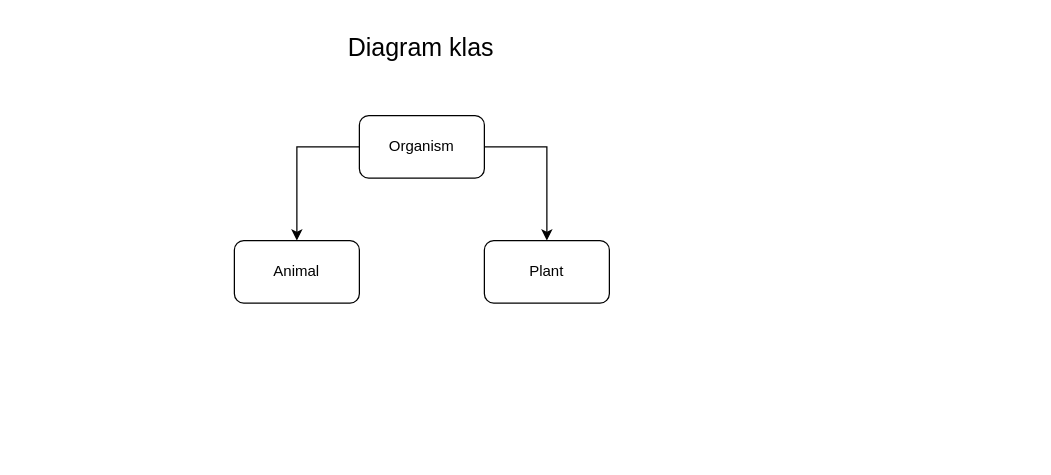
Earlier version of the draw.io diagram diagram_klas.drawio (Roncik/CPP_World). Source tidied: cells renumbered, new cells numbered last; positions are measured from the earlier drawing's top-left corner, leaving out a move shared by most shapes. Both pictures are drawn from the tidied source at 125%, with x=0, y=0 at pixel (234, 21).
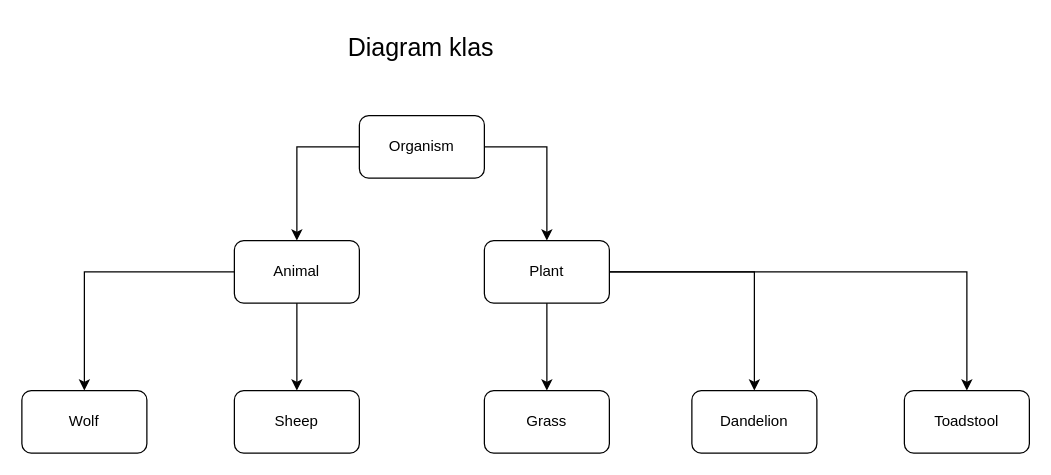
After the change.

Commit message (it also covers changes not shown here):
zaktualizowalem diagram klas

The change refers to these unchanged cells:
```xml
<mxCell id="4" value="Animal" style="rounded=1;whiteSpace=wrap;html=1;" parent="1" vertex="1">
  <mxGeometry y="175" width="100" height="50" as="geometry" />
</mxCell>
<mxCell id="5" value="Plant" style="rounded=1;whiteSpace=wrap;html=1;" parent="1" vertex="1">
  <mxGeometry x="200" y="175" width="100" height="50" as="geometry" />
</mxCell>
```

Change to the diagram source:
```diff
@@
+    <mxCell id="8" value="Grass" style="rounded=1;whiteSpace=wrap;html=1;" parent="1" vertex="1">
+      <mxGeometry x="200" y="295" width="100" height="50" as="geometry" />
+    </mxCell>
+    <mxCell id="9" value="Dandelion" style="rounded=1;whiteSpace=wrap;html=1;" parent="1" vertex="1">
+      <mxGeometry x="366" y="295" width="100" height="50" as="geometry" />
+    </mxCell>
+    <mxCell id="10" value="Toadstool" style="rounded=1;whiteSpace=wrap;html=1;" parent="1" vertex="1">
+      <mxGeometry x="536" y="295" width="100" height="50" as="geometry" />
+    </mxCell>
+    <mxCell id="11" style="endArrow=classic;html=1;rounded=0;exitX=0.5;exitY=1;exitDx=0;exitDy=0;entryX=0.5;entryY=0;entryDx=0;entryDy=0;" parent="1" edge="1" source="5" target="8">
+      <mxGeometry relative="1" as="geometry" />
+    </mxCell>
+    <mxCell id="12" style="endArrow=classic;html=1;rounded=0;exitX=1;exitY=0.5;exitDx=0;exitDy=0;entryX=0.5;entryY=0;entryDx=0;entryDy=0;" parent="1" edge="1" source="5" target="9">
+      <mxGeometry relative="1" as="geometry">
+        <Array as="points">
+          <mxPoint x="416" y="200" />
+        </Array>
+      </mxGeometry>
+    </mxCell>
+    <mxCell id="13" style="endArrow=classic;html=1;rounded=0;exitX=1;exitY=0.5;exitDx=0;exitDy=0;entryX=0.5;entryY=0;entryDx=0;entryDy=0;" parent="1" edge="1" source="5" target="10">
+      <mxGeometry relative="1" as="geometry">
+        <Array as="points">
+          <mxPoint x="586" y="200" />
+        </Array>
+      </mxGeometry>
+    </mxCell>
+    <mxCell id="14" value="Sheep" style="rounded=1;whiteSpace=wrap;html=1;" parent="1" vertex="1">
+      <mxGeometry y="295" width="100" height="50" as="geometry" />
+    </mxCell>
+    <mxCell id="15" value="Wolf" style="rounded=1;whiteSpace=wrap;html=1;" parent="1" vertex="1">
+      <mxGeometry x="-170" y="295" width="100" height="50" as="geometry" />
+    </mxCell>
+    <mxCell id="16" style="endArrow=classic;html=1;rounded=0;exitX=0.5;exitY=1;exitDx=0;exitDy=0;entryX=0.5;entryY=0;entryDx=0;entryDy=0;" parent="1" edge="1" source="4" target="14">
+      <mxGeometry relative="1" as="geometry" />
+    </mxCell>
+    <mxCell id="17" style="endArrow=classic;html=1;rounded=0;exitX=0;exitY=0.5;exitDx=0;exitDy=0;entryX=0.5;entryY=0;entryDx=0;entryDy=0;" parent="1" edge="1" source="4" target="15">
+      <mxGeometry relative="1" as="geometry">
+        <Array as="points">
+          <mxPoint x="-120" y="200" />
+        </Array>
+      </mxGeometry>
+    </mxCell>
```
